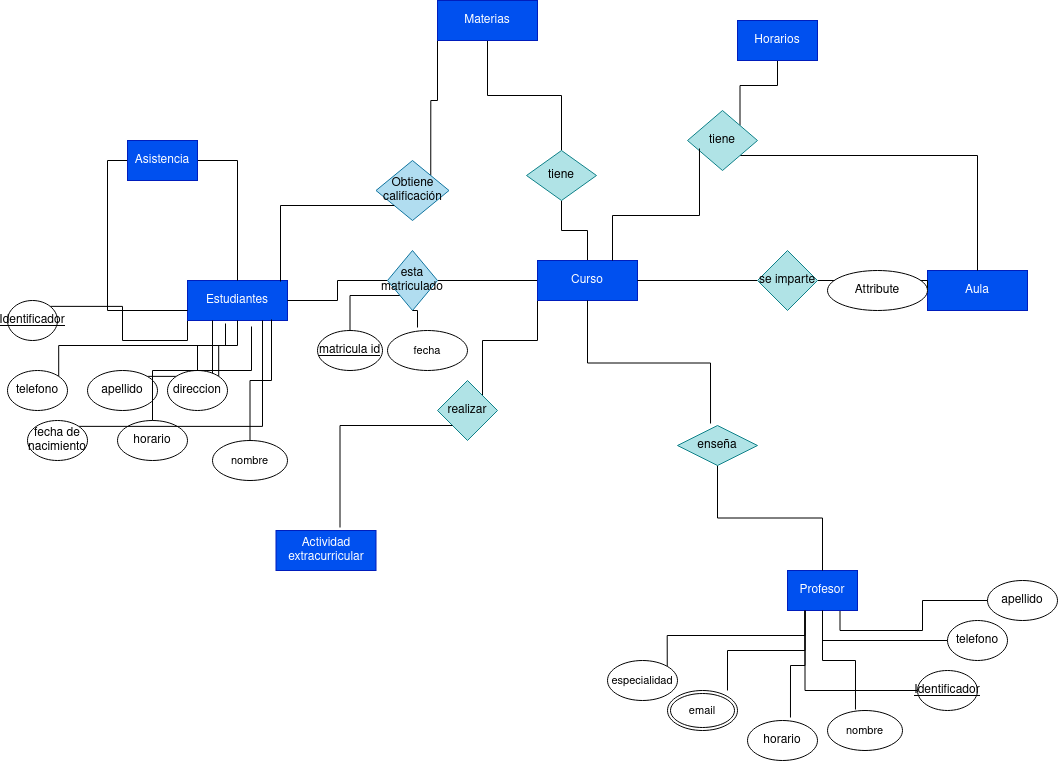
Above: Unidad-1/Tareas/Tareas entregables - Tarea 1/Tarea entregable - 1.drawio.png in CRhernandez1/base-datos (draw.io), before the change. Source tidied: cells renumbered, new cells last; positions are measured from the earlier drawing's top-left corner, leaving out a move shared by most shapes.
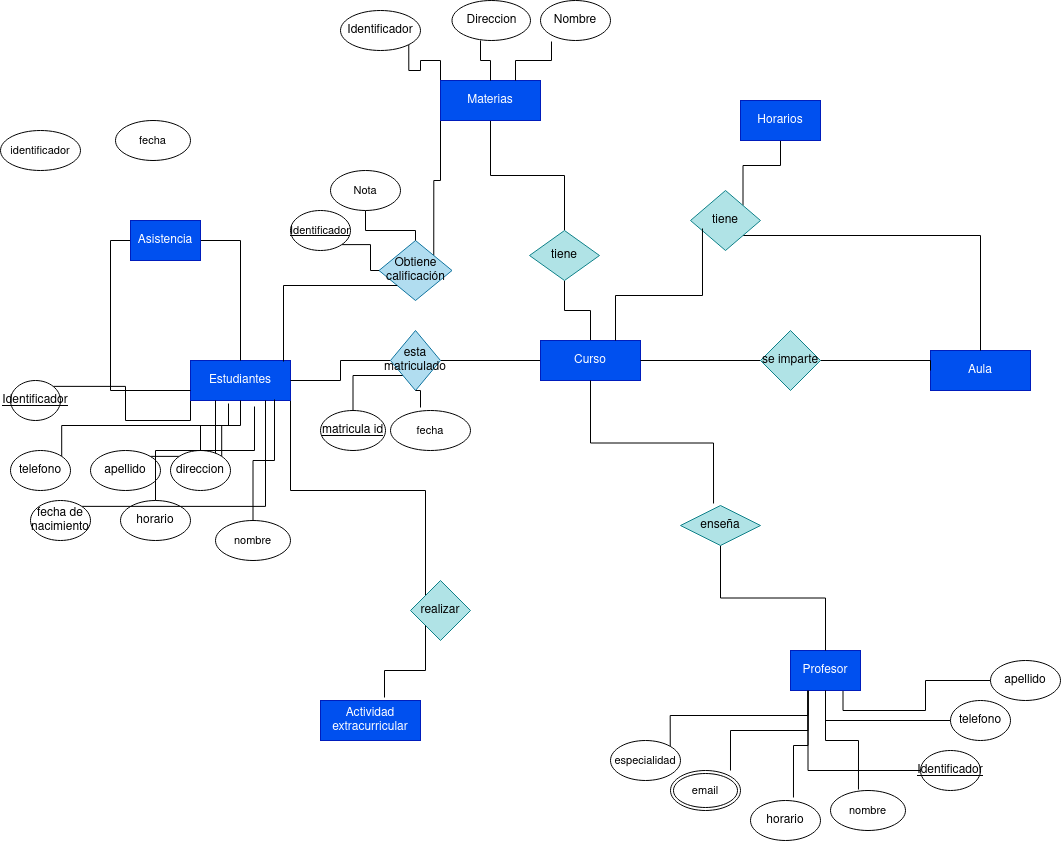
Above is the later version.

Diff of the diagram source:
```diff
@@ -8,9 +8,6 @@
     <mxCell id="3" style="edgeStyle=orthogonalEdgeStyle;rounded=0;jettySize=auto;html=1;exitX=0.5;exitY=0;exitDx=0;exitDy=0;entryX=0.5;entryY=1;entryDx=0;entryDy=0;endArrow=none;endFill=0;" parent="1" edge="1" source="5" target="20">
       <mxGeometry relative="1" as="geometry" />
     </mxCell>
-    <mxCell id="4" style="edgeStyle=orthogonalEdgeStyle;rounded=0;jettySize=auto;html=1;exitX=0;exitY=1;exitDx=0;exitDy=0;entryX=1;entryY=0;entryDx=0;entryDy=0;endArrow=none;endFill=0;" parent="1" edge="1" source="5" target="37">
-      <mxGeometry relative="1" as="geometry" />
-    </mxCell>
     <mxCell id="5" value="Curso" style="whiteSpace=wrap;html=1;align=center;fillColor=#0050ef;strokeColor=#001DBC;fontColor=#ffffff;" parent="1" vertex="1">
       <mxGeometry x="530" y="260" width="100" height="40" as="geometry" />
     </mxCell>
@@ -20,6 +17,9 @@
     <mxCell id="7" style="edgeStyle=orthogonalEdgeStyle;shape=connector;rounded=0;jettySize=auto;html=1;exitX=0.25;exitY=1;exitDx=0;exitDy=0;entryX=1;entryY=0;entryDx=0;entryDy=0;labelBackgroundColor=default;strokeColor=default;align=center;verticalAlign=middle;fontFamily=Helvetica;fontSize=11;fontColor=default;endArrow=none;endFill=0;" parent="1" edge="1" source="8" target="49">
       <mxGeometry relative="1" as="geometry" />
     </mxCell>
+    <mxCell id="68" style="edgeStyle=orthogonalEdgeStyle;shape=connector;rounded=0;jettySize=auto;html=1;exitX=1;exitY=1;exitDx=0;exitDy=0;entryX=0;entryY=0;entryDx=0;entryDy=0;labelBackgroundColor=default;strokeColor=default;align=center;verticalAlign=middle;fontFamily=Helvetica;fontSize=11;fontColor=default;endArrow=none;endFill=0;" parent="1" edge="1" source="8" target="37">
+      <mxGeometry relative="1" as="geometry" />
+    </mxCell>
     <mxCell id="8" value="Estudiantes" style="whiteSpace=wrap;html=1;align=center;fillColor=#0050ef;strokeColor=#001DBC;fontColor=#ffffff;" parent="1" vertex="1">
       <mxGeometry x="180" y="280" width="100" height="40" as="geometry" />
     </mxCell>
@@ -62,6 +62,9 @@
     <mxCell id="21" style="edgeStyle=orthogonalEdgeStyle;rounded=0;jettySize=auto;html=1;exitX=0;exitY=1;exitDx=0;exitDy=0;entryX=1;entryY=0;entryDx=0;entryDy=0;endArrow=none;endFill=0;" parent="1" edge="1" source="22" target="39">
       <mxGeometry relative="1" as="geometry" />
     </mxCell>
+    <mxCell id="69" style="edgeStyle=orthogonalEdgeStyle;rounded=0;jettySize=auto;html=1;exitX=0;exitY=0;exitDx=0;exitDy=0;entryX=1;entryY=1;entryDx=0;entryDy=0;endArrow=none;endFill=0;" parent="1" edge="1" source="22" target="45">
+      <mxGeometry relative="1" as="geometry" />
+    </mxCell>
     <mxCell id="22" value="Materias" style="whiteSpace=wrap;html=1;align=center;fillColor=#0050ef;strokeColor=#001DBC;fontColor=#ffffff;" parent="1" vertex="1">
       <mxGeometry x="430" width="100" height="40" as="geometry" />
     </mxCell>
@@ -114,10 +117,10 @@
       <mxGeometry x="120" y="140" width="70" height="40" as="geometry" />
     </mxCell>
     <mxCell id="36" value="Actividad extracurricular" style="whiteSpace=wrap;html=1;align=center;fillColor=#0050ef;strokeColor=#001DBC;fontColor=#ffffff;" parent="1" vertex="1">
-      <mxGeometry x="268.5" y="530" width="100" height="40" as="geometry" />
+      <mxGeometry x="310" y="620" width="100" height="40" as="geometry" />
     </mxCell>
     <mxCell id="37" value="realizar" style="shape=rhombus;perimeter=rhombusPerimeter;whiteSpace=wrap;html=1;align=center;fillColor=#b0e3e6;strokeColor=#0e8088;" parent="1" vertex="1">
-      <mxGeometry x="430" y="380" width="60" height="60" as="geometry" />
+      <mxGeometry x="400" y="500" width="60" height="60" as="geometry" />
     </mxCell>
     <mxCell id="38" style="edgeStyle=orthogonalEdgeStyle;rounded=0;jettySize=auto;html=1;exitX=0;exitY=1;exitDx=0;exitDy=0;entryX=0.64;entryY=-0.075;entryDx=0;entryDy=0;entryPerimeter=0;endArrow=none;endFill=0;" parent="1" edge="1" source="37" target="36">
       <mxGeometry relative="1" as="geometry" />
@@ -140,8 +143,8 @@
     <mxCell id="44" value="Identificador" style="ellipse;whiteSpace=wrap;html=1;align=center;fontStyle=4;" parent="1" vertex="1">
       <mxGeometry y="300" width="50" height="40" as="geometry" />
     </mxCell>
-    <mxCell id="45" value="Attribute" style="ellipse;whiteSpace=wrap;html=1;align=center;" parent="1" vertex="1">
-      <mxGeometry x="820" y="270" width="100" height="40" as="geometry" />
+    <mxCell id="45" value="Identificador" style="ellipse;whiteSpace=wrap;html=1;align=center;" parent="1" vertex="1">
+      <mxGeometry x="330" y="-70" width="80" height="40" as="geometry" />
     </mxCell>
     <mxCell id="46" value="horario" style="ellipse;whiteSpace=wrap;html=1;align=center;" parent="1" vertex="1">
       <mxGeometry x="110" y="420" width="70" height="40" as="geometry" />
@@ -209,5 +212,35 @@
     <mxCell id="67" style="edgeStyle=orthogonalEdgeStyle;shape=connector;rounded=0;jettySize=auto;html=1;exitX=0.25;exitY=1;exitDx=0;exitDy=0;entryX=0.857;entryY=0;entryDx=0;entryDy=0;entryPerimeter=0;labelBackgroundColor=default;strokeColor=default;align=center;verticalAlign=middle;fontFamily=Helvetica;fontSize=11;fontColor=default;endArrow=none;endFill=0;" parent="1" edge="1" source="16" target="64">
       <mxGeometry relative="1" as="geometry" />
     </mxCell>
+    <mxCell id="70" value="Nombre" style="ellipse;whiteSpace=wrap;html=1;align=center;" parent="1" vertex="1">
+      <mxGeometry x="530" y="-80" width="70" height="40" as="geometry" />
+    </mxCell>
+    <mxCell id="71" value="Direccion" style="ellipse;whiteSpace=wrap;html=1;align=center;" parent="1" vertex="1">
+      <mxGeometry x="441.5" y="-80" width="78.5" height="40" as="geometry" />
+    </mxCell>
+    <mxCell id="72" style="edgeStyle=orthogonalEdgeStyle;rounded=0;jettySize=auto;html=1;exitX=0.5;exitY=0;exitDx=0;exitDy=0;entryX=0.363;entryY=1;entryDx=0;entryDy=0;entryPerimeter=0;endArrow=none;endFill=0;" parent="1" edge="1" source="22" target="71">
+      <mxGeometry relative="1" as="geometry" />
+    </mxCell>
+    <mxCell id="73" style="edgeStyle=orthogonalEdgeStyle;rounded=0;jettySize=auto;html=1;exitX=0.75;exitY=0;exitDx=0;exitDy=0;entryX=0.157;entryY=1.025;entryDx=0;entryDy=0;entryPerimeter=0;endArrow=none;endFill=0;" parent="1" edge="1" source="22" target="70">
+      <mxGeometry relative="1" as="geometry" />
+    </mxCell>
+    <mxCell id="74" style="edgeStyle=orthogonalEdgeStyle;shape=connector;rounded=0;jettySize=auto;html=1;exitX=0.5;exitY=1;exitDx=0;exitDy=0;labelBackgroundColor=default;strokeColor=default;align=center;verticalAlign=middle;fontFamily=Helvetica;fontSize=11;fontColor=default;endArrow=none;endFill=0;" parent="1" edge="1" source="75" target="39">
+      <mxGeometry relative="1" as="geometry" />
+    </mxCell>
+    <mxCell id="75" value="Nota" style="ellipse;whiteSpace=wrap;html=1;align=center;fontFamily=Helvetica;fontSize=11;fontColor=default;" parent="1" vertex="1">
+      <mxGeometry x="320" y="90" width="70" height="40" as="geometry" />
+    </mxCell>
+    <mxCell id="76" style="edgeStyle=orthogonalEdgeStyle;shape=connector;rounded=0;jettySize=auto;html=1;exitX=1;exitY=1;exitDx=0;exitDy=0;labelBackgroundColor=default;strokeColor=default;align=center;verticalAlign=middle;fontFamily=Helvetica;fontSize=11;fontColor=default;endArrow=none;endFill=0;" parent="1" edge="1" source="77" target="39">
+      <mxGeometry relative="1" as="geometry" />
+    </mxCell>
+    <mxCell id="77" value="&lt;u&gt;Identificador&lt;/u&gt;" style="ellipse;whiteSpace=wrap;html=1;align=center;fontFamily=Helvetica;fontSize=11;fontColor=default;" parent="1" vertex="1">
+      <mxGeometry x="280" y="130" width="60" height="40" as="geometry" />
+    </mxCell>
+    <mxCell id="78" value="fecha" style="ellipse;whiteSpace=wrap;html=1;align=center;fontFamily=Helvetica;fontSize=11;fontColor=default;" parent="1" vertex="1">
+      <mxGeometry x="105" y="40" width="75" height="40" as="geometry" />
+    </mxCell>
+    <mxCell id="79" value="identificador" style="ellipse;whiteSpace=wrap;html=1;align=center;fontFamily=Helvetica;fontSize=11;fontColor=default;" parent="1" vertex="1">
+      <mxGeometry x="-10" y="50" width="80" height="40" as="geometry" />
+    </mxCell>
   </root>
 </mxGraphModel>
```
